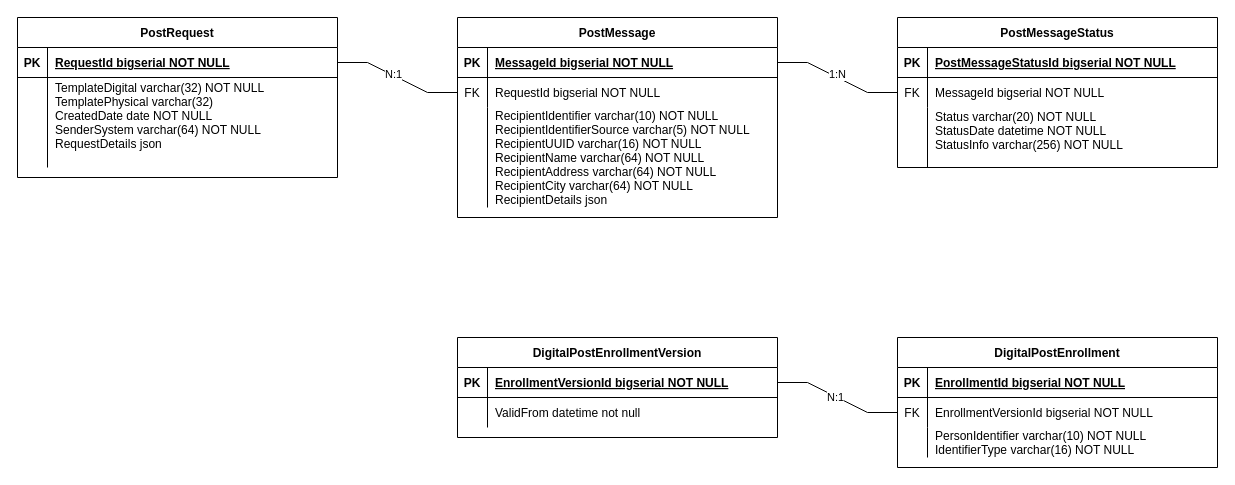
trifork/dpk-docs keeps this draw.io diagram as assets/dpk_db.drawio. Above is the earlier version. Source tidied: cells renumbered, new cells numbered last; positions are measured from the earlier drawing's top-left corner, leaving out a move shared by most shapes. Both pictures are drawn from the tidied source at 100%, with x=0, y=0 at pixel (17, 17).
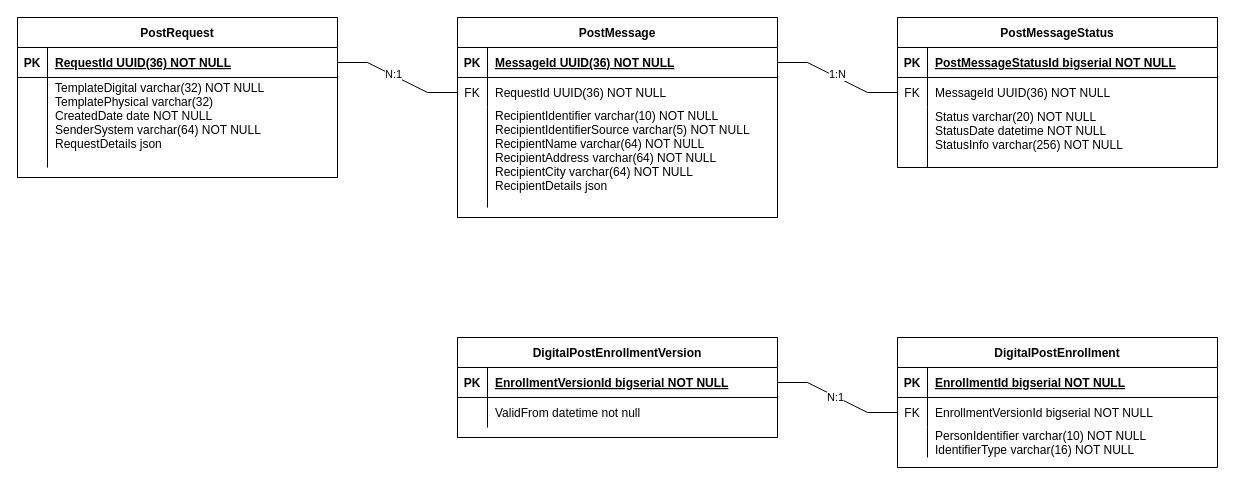
The same page after the edit.

Unchanged cells that the change refers to:
```xml
<mxCell id="6" style="shape=partialRectangle;fillColor=none;points=[[0,0.5],[1,0.5]];portConstraint=eastwest;top=0;left=0;right=0;bottom=0;" parent="2" vertex="1">
  <mxGeometry y="60" width="320" height="30" as="geometry" />
</mxCell>
<mxCell id="30" style="shape=partialRectangle;fillColor=none;points=[[0,0.5],[1,0.5]];portConstraint=eastwest;top=0;left=0;right=0;bottom=1;" parent="29" vertex="1">
  <mxGeometry y="30" width="320" height="30" as="geometry" />
</mxCell>
<mxCell id="37" style="shape=partialRectangle;fillColor=none;points=[[0,0.5],[1,0.5]];portConstraint=eastwest;top=0;left=0;right=0;bottom=1;" parent="36" vertex="1">
  <mxGeometry y="30" width="320" height="30" as="geometry" />
</mxCell>
<mxCell id="40" style="shape=partialRectangle;fillColor=none;points=[[0,0.5],[1,0.5]];portConstraint=eastwest;top=0;left=0;right=0;bottom=0;" parent="36" vertex="1">
  <mxGeometry y="60" width="320" height="30" as="geometry" />
</mxCell>
<mxCell id="43" style="shape=partialRectangle;fillColor=none;top=0;left=0;right=0;bottom=0;" parent="36" vertex="1">
  <mxGeometry y="90" width="320" height="100" as="geometry" />
</mxCell>
```

Diff of the diagram source:
```diff
@@
-    <mxCell id="8" value="MessageId bigserial NOT NULL" style="shape=partialRectangle;overflow=hidden;fillColor=none;top=0;left=0;bottom=0;right=0;align=left;spacingLeft=6;" parent="6" vertex="1">
+    <mxCell id="8" value="MessageId UUID(36) NOT NULL" style="shape=partialRectangle;overflow=hidden;fillColor=none;top=0;left=0;bottom=0;right=0;align=left;spacingLeft=6;" parent="6" vertex="1">
       <mxGeometry x="30" width="290" height="30" as="geometry" />
     </mxCell>
@@
-    <mxCell id="32" value="RequestId bigserial NOT NULL " style="shape=partialRectangle;overflow=hidden;fillColor=none;top=0;left=0;bottom=0;right=0;align=left;spacingLeft=6;fontStyle=5;" parent="30" vertex="1">
+    <mxCell id="32" value="RequestId UUID(36) NOT NULL " style="shape=partialRectangle;overflow=hidden;fillColor=none;top=0;left=0;bottom=0;right=0;align=left;spacingLeft=6;fontStyle=5;" parent="30" vertex="1">
       <mxGeometry x="30" width="290" height="30" as="geometry" />
     </mxCell>
@@
-    <mxCell id="39" value="MessageId bigserial NOT NULL " style="shape=partialRectangle;overflow=hidden;fillColor=none;top=0;left=0;bottom=0;right=0;align=left;spacingLeft=6;fontStyle=5;" parent="37" vertex="1">
+    <mxCell id="39" value="MessageId UUID(36) NOT NULL " style="shape=partialRectangle;overflow=hidden;fillColor=none;top=0;left=0;bottom=0;right=0;align=left;spacingLeft=6;fontStyle=5;" parent="37" vertex="1">
       <mxGeometry x="30" width="290" height="30" as="geometry" />
     </mxCell>
@@
-    <mxCell id="42" value="RequestId bigserial NOT NULL" style="shape=partialRectangle;overflow=hidden;fillColor=none;top=0;left=0;bottom=0;right=0;align=left;spacingLeft=6;" parent="40" vertex="1">
+    <mxCell id="42" value="RequestId UUID(36) NOT NULL" style="shape=partialRectangle;overflow=hidden;fillColor=none;top=0;left=0;bottom=0;right=0;align=left;spacingLeft=6;" parent="40" vertex="1">
       <mxGeometry x="30" width="290" height="30" as="geometry" />
     </mxCell>
@@
-    <mxCell id="45" value="RecipientIdentifier varchar(10) NOT NULL&#10;RecipientIdentifierSource varchar(5) NOT NULL&#10;RecipientUUID varchar(16) NOT NULL&#10;RecipientName varchar(64) NOT NULL&#10;RecipientAddress varchar(64) NOT NULL&#10;RecipientCity varchar(64) NOT NULL&#10;RecipientDetails json&#10;&#10;" style="shape=partialRectangle;overflow=hidden;fillColor=none;top=0;left=0;bottom=0;right=0;align=left;spacingLeft=6;" parent="43" vertex="1">
+    <mxCell id="45" value="RecipientIdentifier varchar(10) NOT NULL&#10;RecipientIdentifierSource varchar(5) NOT NULL&#10;RecipientName varchar(64) NOT NULL&#10;RecipientAddress varchar(64) NOT NULL&#10;RecipientCity varchar(64) NOT NULL&#10;RecipientDetails json&#10;&#10;" style="shape=partialRectangle;overflow=hidden;fillColor=none;top=0;left=0;bottom=0;right=0;align=left;spacingLeft=6;" parent="43" vertex="1">
       <mxGeometry x="30" width="290" height="100" as="geometry" />
     </mxCell>
```
